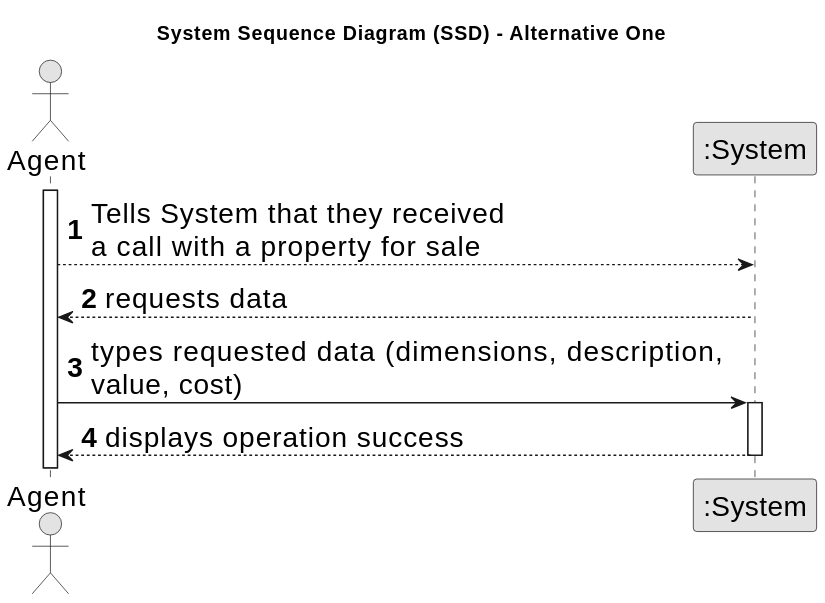
Before: docs/sprintA/us002/01.requirements-engineering/svg/us002-system-sequence-diagram-alternative-one.svg, a diagram exported from PlantUML (Goncalves2525/real-estate-management-system).
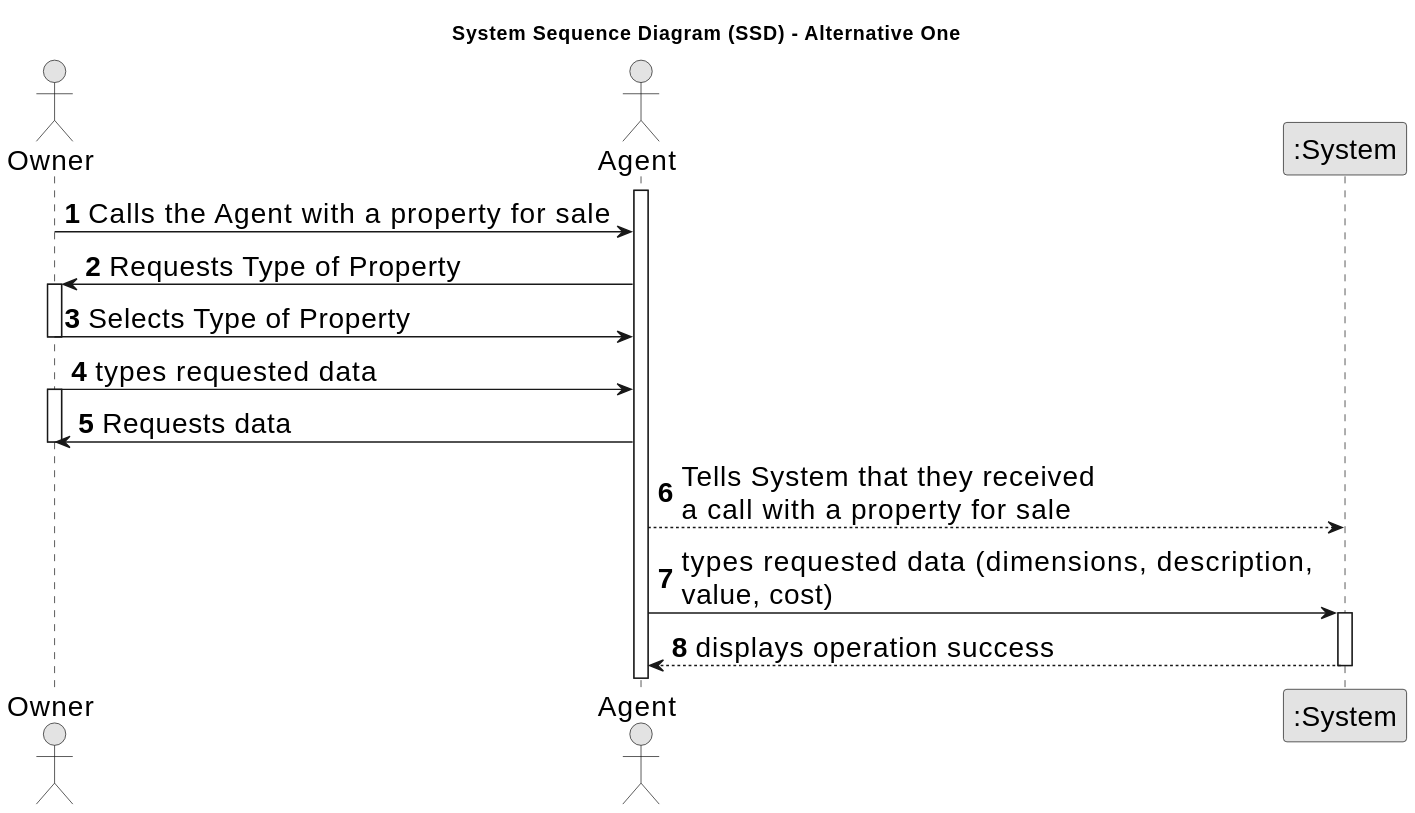
Later version of the same file.

Commit message:
ran script to generate .svg; Added second alternative to US002 SSD

The edit, as a diff of the source:
```diff
@@ -8,16 +8,28 @@
 
 autonumber
 
+actor "Owner" as Owner
 actor "Agent" as Agent
 participant ":System" as System
 
 activate Agent
 
+    Owner -> Agent : Calls the Agent with a property for sale
+
+    Agent -> Owner : Requests Type of Property
+    activate Owner
+
+    Owner -> Agent : Selects Type of Property
+    deactivate Owner
+
+    Owner -> Agent : types requested data
+    activate Owner
+
+    Agent -> Owner : Requests data
+    deactivate Owner
 
     Agent --> System : Tells System that they received \na call with a property for sale
 
-    System --> Agent : requests data
-    deactivate System
 
     Agent -> System : types requested data (dimensions, description, \nvalue, cost)
     activate System
```
